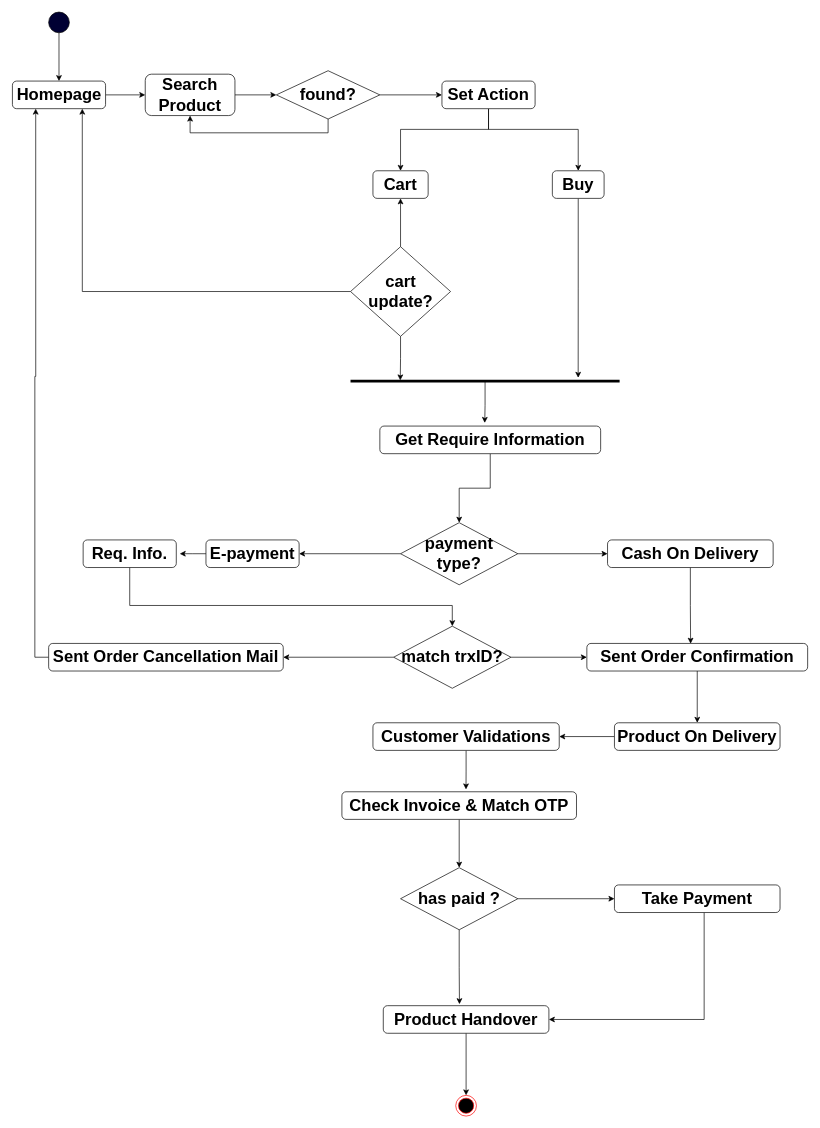
The draw.io diagram activity diagram customer order process.drawio in prashanta1542/default, before the edit. Source tidied: cells renumbered, new cells numbered last; positions are measured from the earlier drawing's top-left corner, leaving out a move shared by most shapes. Both pictures are drawn from the tidied source at 69%, with x=0, y=0 at pixel (12, 12).
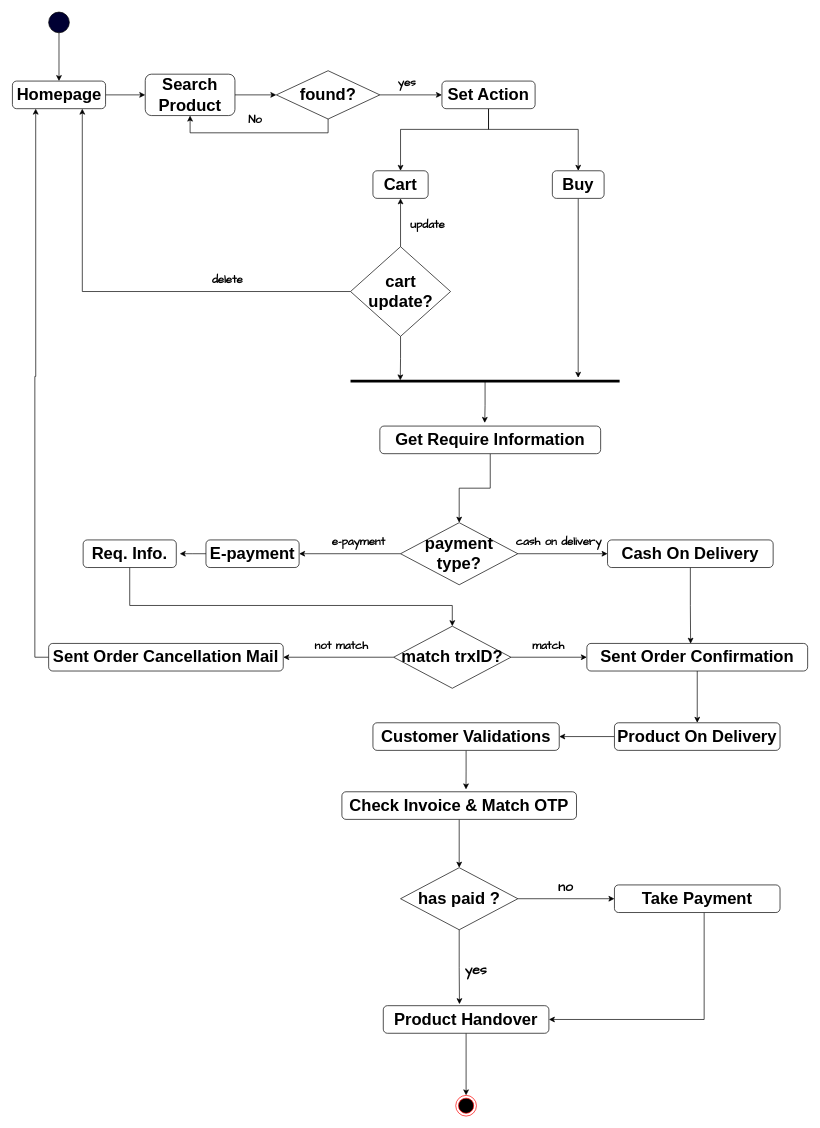
The same page after the edit.

The change refers to these unchanged cells:
```xml
<mxCell id="8" style="edgeStyle=orthogonalEdgeStyle;rounded=0;jettySize=auto;html=1;entryX=0;entryY=0.5;entryDx=0;entryDy=0;" parent="1" edge="1" source="10" target="13">
  <mxGeometry relative="1" as="geometry" />
</mxCell>
```

The edit, as a diff of the source:
```diff
@@
+    <mxCell id="55" value="&lt;h2 style=&quot;line-height: 0%;&quot;&gt;&lt;font face=&quot;Comic Sans MS&quot;&gt;yes&lt;/font&gt;&lt;/h2&gt;" style="edgeLabel;html=1;align=center;verticalAlign=middle;" parent="8" vertex="1">
+      <mxGeometry x="-0.16" y="-2" relative="1" as="geometry">
+        <mxPoint y="-22" as="offset" />
+      </mxGeometry>
+    </mxCell>
@@
+    <mxCell id="56" value="&lt;h2 style=&quot;line-height: 0%;&quot;&gt;&lt;font face=&quot;Comic Sans MS&quot;&gt;No&lt;/font&gt;&lt;/h2&gt;" style="edgeLabel;html=1;align=center;verticalAlign=middle;" parent="1" vertex="1">
+      <mxGeometry x="582" y="160" as="geometry">
+        <mxPoint x="-232" y="-6" as="offset" />
+      </mxGeometry>
+    </mxCell>
+    <mxCell id="57" value="&lt;h2 style=&quot;line-height: 0%;&quot;&gt;&lt;font face=&quot;Comic Sans MS&quot;&gt;update&lt;/font&gt;&lt;/h2&gt;" style="edgeLabel;html=1;align=center;verticalAlign=middle;" parent="1" vertex="1">
+      <mxGeometry x="602" y="120" as="geometry">
+        <mxPoint x="-2" y="186" as="offset" />
+      </mxGeometry>
+    </mxCell>
+    <mxCell id="58" value="&lt;h2 style=&quot;line-height: 0%;&quot;&gt;&lt;font face=&quot;Comic Sans MS&quot;&gt;delete&lt;/font&gt;&lt;/h2&gt;" style="edgeLabel;html=1;align=center;verticalAlign=middle;" parent="1" vertex="1">
+      <mxGeometry x="312" y="200" as="geometry">
+        <mxPoint x="-2" y="186" as="offset" />
+      </mxGeometry>
+    </mxCell>
+    <mxCell id="59" value="&lt;h2 style=&quot;line-height: 0%;&quot;&gt;&lt;font face=&quot;Comic Sans MS&quot;&gt;cash on delivery&lt;/font&gt;&lt;/h2&gt;" style="edgeLabel;html=1;align=center;verticalAlign=middle;" parent="1" vertex="1">
+      <mxGeometry x="792" y="580" as="geometry">
+        <mxPoint x="-2" y="186" as="offset" />
+      </mxGeometry>
+    </mxCell>
+    <mxCell id="60" value="&lt;h2 style=&quot;line-height: 0%;&quot;&gt;&lt;font face=&quot;Comic Sans MS&quot;&gt;e-payment&lt;/font&gt;&lt;/h2&gt;" style="edgeLabel;html=1;align=center;verticalAlign=middle;" parent="1" vertex="1">
+      <mxGeometry x="502" y="580" as="geometry">
+        <mxPoint x="-2" y="186" as="offset" />
+      </mxGeometry>
+    </mxCell>
+    <mxCell id="61" value="&lt;h2 style=&quot;line-height: 0%;&quot;&gt;&lt;font face=&quot;Comic Sans MS&quot;&gt;match&lt;/font&gt;&lt;/h2&gt;" style="edgeLabel;html=1;align=center;verticalAlign=middle;" parent="1" vertex="1">
+      <mxGeometry x="777" y="730" as="geometry">
+        <mxPoint x="-2" y="186" as="offset" />
+      </mxGeometry>
+    </mxCell>
+    <mxCell id="62" value="&lt;h2 style=&quot;line-height: 0%;&quot;&gt;&lt;font face=&quot;Comic Sans MS&quot;&gt;not match&lt;/font&gt;&lt;/h2&gt;" style="edgeLabel;html=1;align=center;verticalAlign=middle;" parent="1" vertex="1">
+      <mxGeometry x="477" y="730" as="geometry">
+        <mxPoint x="-2" y="186" as="offset" />
+      </mxGeometry>
+    </mxCell>
+    <mxCell id="63" value="&lt;h2 style=&quot;line-height: 0%;&quot;&gt;&lt;font style=&quot;font-size: 20px;&quot; face=&quot;Comic Sans MS&quot;&gt;no&lt;/font&gt;&lt;/h2&gt;" style="edgeLabel;html=1;align=center;verticalAlign=middle;" parent="1" vertex="1">
+      <mxGeometry x="802" y="1080" as="geometry">
+        <mxPoint x="-2" y="186" as="offset" />
+      </mxGeometry>
+    </mxCell>
+    <mxCell id="64" value="&lt;h2 style=&quot;line-height: 0%;&quot;&gt;&lt;font style=&quot;font-size: 20px;&quot; face=&quot;Comic Sans MS&quot;&gt;yes&lt;/font&gt;&lt;/h2&gt;" style="edgeLabel;html=1;align=center;verticalAlign=middle;" parent="1" vertex="1">
+      <mxGeometry x="672" y="1200" as="geometry">
+        <mxPoint x="-2" y="186" as="offset" />
+      </mxGeometry>
+    </mxCell>
```
